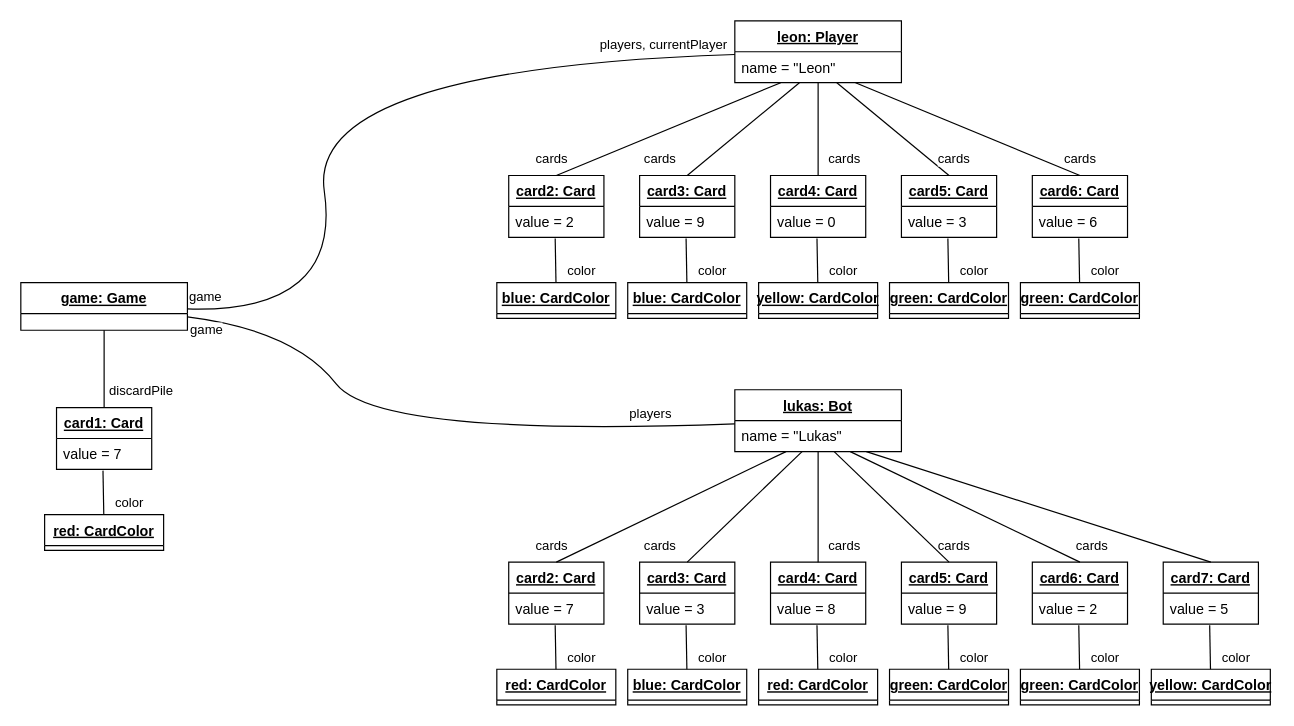
Lonartie/pm-uno keeps this draw.io diagram as modelling/diagrams/PlayerCantPlay_Begin.drawio. Above is the earlier version. Source tidied: cells renumbered, new cells numbered last; positions are measured from the earlier drawing's top-left corner, leaving out a move shared by most shapes. Both pictures are drawn from the tidied source at 119%, with x=0, y=0 at pixel (20, 20).
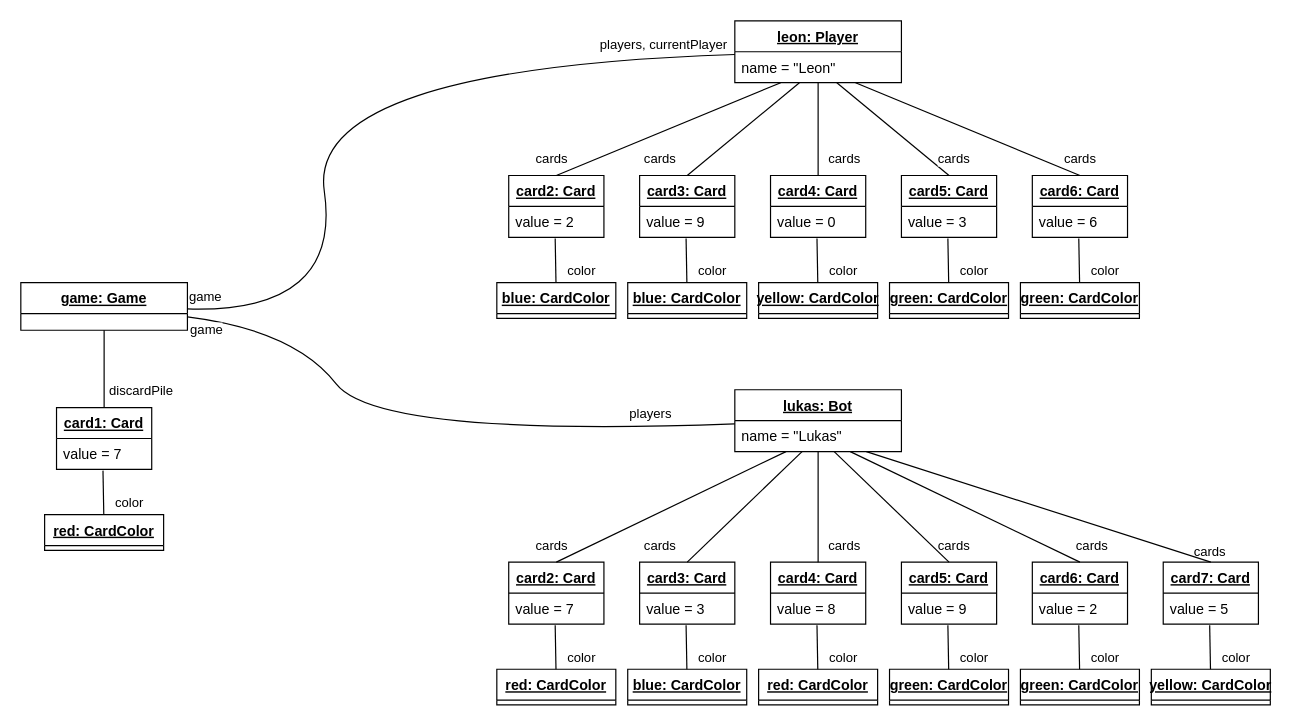
Above is the later version.

Commit message (it also covers changes not shown here):
fixed missing label in scenario-diagram

The change refers to these unchanged cells:
```xml
<mxCell id="39" style="endArrow=none;html=1;rounded=0;exitX=0.5;exitY=0;exitDx=0;exitDy=0;" parent="1" edge="1" source="23" target="3">
  <mxGeometry relative="1" as="geometry" />
</mxCell>
```

Change to the diagram source:
```diff
@@
+    <mxCell id="82" value="cards" style="edgeLabel;html=1;align=center;verticalAlign=middle;" parent="39" vertex="1">
+      <mxGeometry x="-0.62" relative="1" as="geometry">
+        <mxPoint x="145" y="330" as="offset" />
+      </mxGeometry>
+    </mxCell>
```
